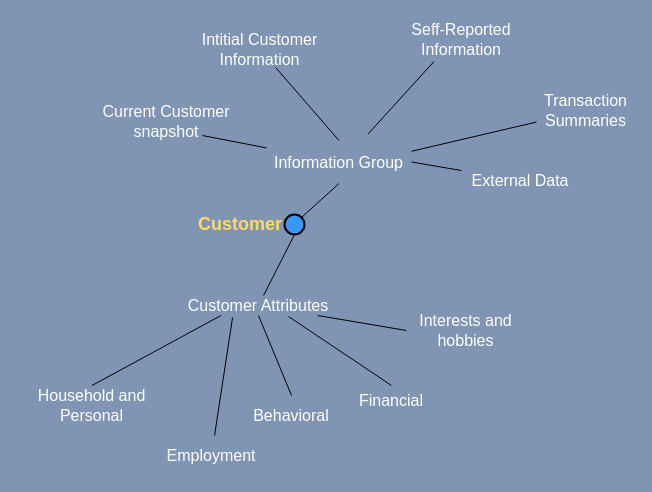
This is page "Customer" (1 of 5) of Single Customer View.drawio from uyennt01/Project1, a draw.io file, before an edit. Source tidied: cells renumbered, new cells numbered last; positions are measured from the earlier drawing's top-left corner, leaving out a move shared by most shapes. Both pictures are drawn from the tidied source at 100%, with x=0, y=0 at pixel (17, 17).
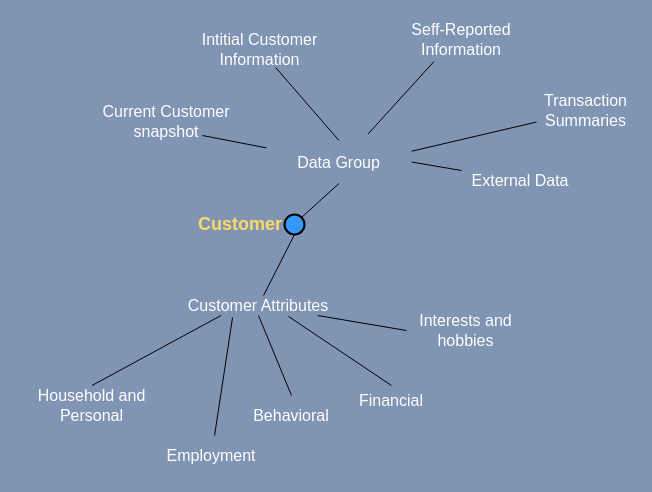
Above is the later version.

Change to the diagram source:
```diff
@@
-    <mxCell id="15" value="Information Group" style="text;html=1;strokeColor=none;fillColor=none;align=center;verticalAlign=middle;whiteSpace=wrap;rounded=0;fontSize=16;fontColor=#FFFFFF;" parent="1" vertex="1">
+    <mxCell id="15" value="Data Group" style="text;html=1;strokeColor=none;fillColor=none;align=center;verticalAlign=middle;whiteSpace=wrap;rounded=0;fontSize=16;fontColor=#FFFFFF;" parent="1" vertex="1">
       <mxGeometry x="249" y="123" width="145" height="43" as="geometry" />
     </mxCell>
```
